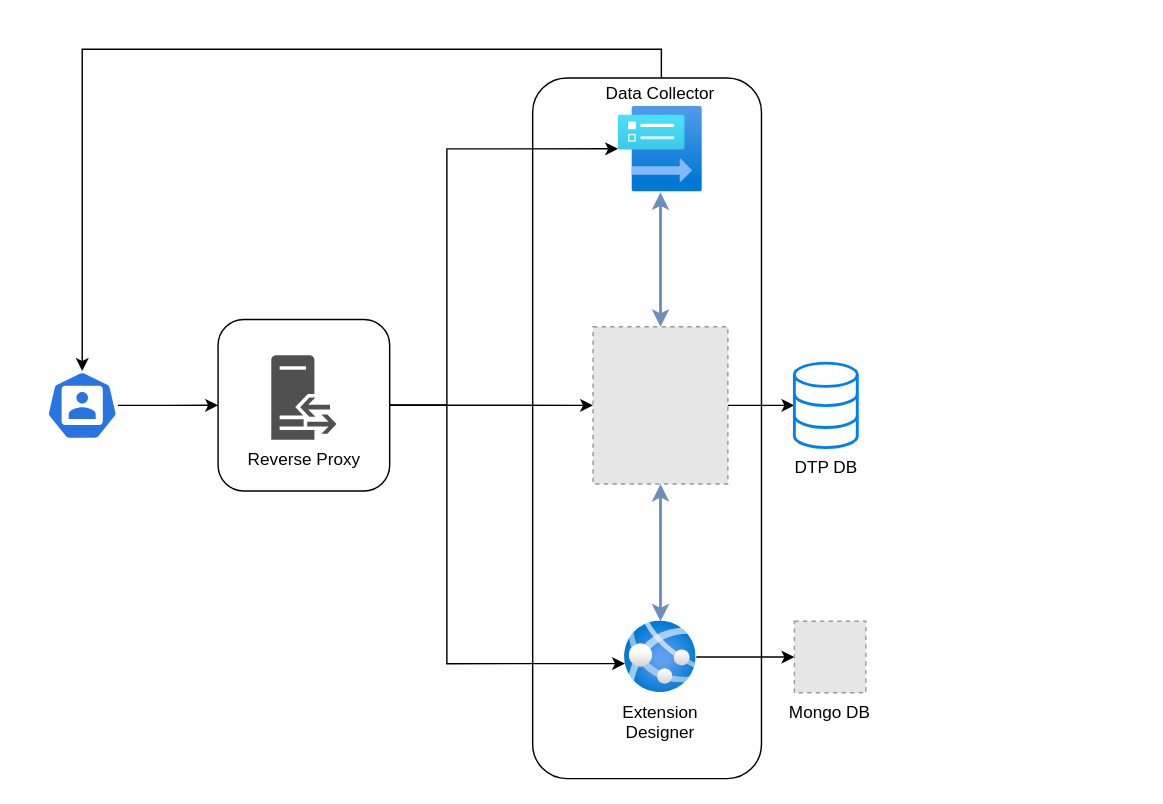
Earlier version of the draw.io diagram dtp-reverse-proxy.drawio (gtrofimov/draw-io-projects). Source tidied: cells renumbered, new cells numbered last; positions are measured from the earlier drawing's top-left corner, leaving out a move shared by most shapes. Both pictures are drawn from the tidied source at 143%, with x=0, y=0 at pixel (46, 49). Pictures stored in the file or linked from it are replaced by grey dashed boxes.
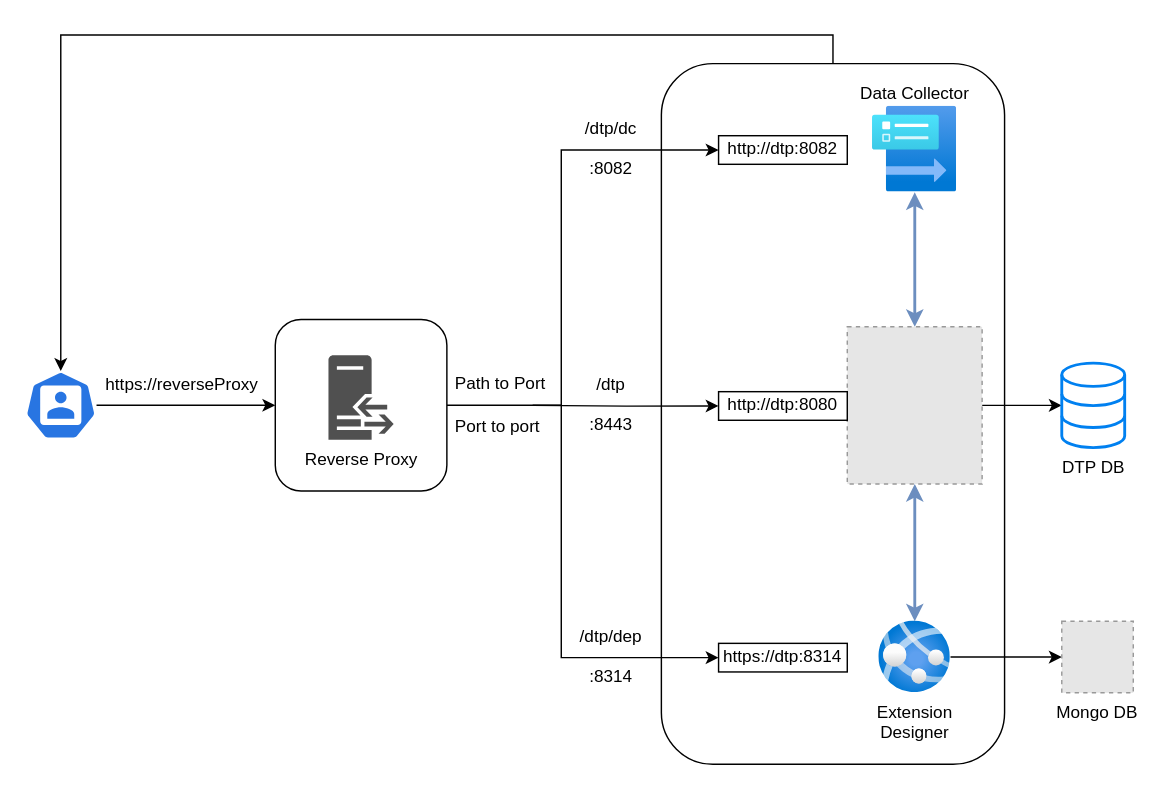
After the change.

What changed in the source:
```diff
@@
+    <mxCell id="5" style="rounded=1;whiteSpace=wrap;html=1;" parent="1" vertex="1">
+      <mxGeometry x="430" y="10" width="240" height="490" as="geometry" />
+    </mxCell>
+    <mxCell id="20" style="edgeStyle=orthogonalEdgeStyle;rounded=0;jettySize=auto;html=1;entryX=0;entryY=0.5;entryDx=0;entryDy=0;" parent="1" edge="1" target="26">
+      <mxGeometry relative="1" as="geometry">
+        <mxPoint x="340" y="249" as="sourcePoint" />
+        <Array as="points">
+          <mxPoint x="360" y="249" />
+          <mxPoint x="360" y="70" />
+        </Array>
+      </mxGeometry>
+    </mxCell>
+    <mxCell id="21" style="edgeStyle=orthogonalEdgeStyle;rounded=0;jettySize=auto;html=1;entryX=0;entryY=0.5;entryDx=0;entryDy=0;" parent="1" edge="1" target="25">
+      <mxGeometry relative="1" as="geometry">
+        <mxPoint x="340" y="249" as="sourcePoint" />
+      </mxGeometry>
+    </mxCell>
+    <mxCell id="22" style="edgeStyle=orthogonalEdgeStyle;rounded=0;jettySize=auto;html=1;entryX=0;entryY=0.5;entryDx=0;entryDy=0;" parent="1" edge="1" source="2" target="27">
+      <mxGeometry relative="1" as="geometry">
+        <Array as="points">
+          <mxPoint x="360" y="249" />
+          <mxPoint x="360" y="425" />
+        </Array>
+      </mxGeometry>
+    </mxCell>
     <mxCell id="2" style="rounded=1;whiteSpace=wrap;html=1;" parent="1" vertex="1">
-      <mxGeometry x="120" y="188.9" width="120" height="120" as="geometry" />
+      <mxGeometry x="160" y="188.9" width="120" height="120" as="geometry" />
     </mxCell>
@@
     <mxCell id="4" style="sketch=0;html=1;dashed=0;whitespace=wrap;verticalLabelPosition=bottom;verticalAlign=top;fillColor=#2875E2;strokeColor=#ffffff;points=[[0.005,0.63,0],[0.1,0.2,0],[0.9,0.2,0],[0.5,0,0],[0.995,0.63,0],[0.72,0.99,0],[0.5,1,0],[0.28,0.99,0]];shape=mxgraph.kubernetes.icon2;prIcon=user;" parent="1" vertex="1">
-      <mxGeometry y="225" width="50" height="48" as="geometry" />
+      <mxGeometry x="-15" y="224.9" width="50" height="48" as="geometry" />
     </mxCell>
-    <mxCell id="5" style="rounded=1;whiteSpace=wrap;html=1;" parent="1" vertex="1">
-      <mxGeometry x="340" y="20" width="160" height="490" as="geometry" />
-    </mxCell>
@@
     <mxCell id="9" style="fillColor=#E6E6E6;strokeColor=#999999;dashed=1;verticalLabelPosition=bottom;verticalAlign=top;" parent="1" vertex="1">
-      <mxGeometry x="382.2" y="194" width="94.3" height="110" as="geometry" />
+      <mxGeometry x="560" y="194" width="94.3" height="110" as="geometry" />
     </mxCell>
     <mxCell id="10" value="Reverse Proxy" style="sketch=0;shadow=0;dashed=0;html=1;strokeColor=none;fillColor=#505050;labelPosition=center;verticalLabelPosition=bottom;verticalAlign=top;align=center;shape=mxgraph.office.servers.reverse_proxy;" parent="1" vertex="1">
-      <mxGeometry x="157.2" y="214" width="45.6" height="59" as="geometry" />
+      <mxGeometry x="197.2" y="214" width="45.6" height="59" as="geometry" />
     </mxCell>
     <mxCell id="11" value="DTP DB" style="html=1;verticalLabelPosition=bottom;align=center;labelBackgroundColor=#ffffff;verticalAlign=top;strokeWidth=2;strokeColor=#0080F0;shadow=0;dashed=0;shape=mxgraph.ios7.icons.data;" parent="1" vertex="1">
-      <mxGeometry x="523" y="219.4" width="44" height="59.1" as="geometry" />
+      <mxGeometry x="710" y="219.4" width="44" height="59.1" as="geometry" />
     </mxCell>
@@
     <mxCell id="13" value="Extension&lt;div&gt;Designer&lt;/div&gt;" style="image;html=1;points=[];align=center;fontSize=12;image=img/lib/azure2/compute/App_Services.svg;" parent="1" vertex="1">
-      <mxGeometry x="404.4" y="400" width="50" height="50" as="geometry" />
+      <mxGeometry x="582.2" y="400" width="50" height="50" as="geometry" />
     </mxCell>
     <mxCell id="14" value="Data Collector" style="image;html=1;points=[];align=center;fontSize=12;image=img/lib/azure2/other/Data_Collection_Rules.svg;labelPosition=center;verticalLabelPosition=top;verticalAlign=bottom;" parent="1" vertex="1">
-      <mxGeometry x="400" y="40" width="58.8" height="60" as="geometry" />
+      <mxGeometry x="577.8" y="40" width="58.8" height="60" as="geometry" />
     </mxCell>
     <mxCell id="15" value="Mongo DB" style="fillColor=#E6E6E6;strokeColor=#999999;dashed=1;verticalLabelPosition=bottom;verticalAlign=top;" parent="1" vertex="1">
-      <mxGeometry x="523" y="400" width="50" height="50" as="geometry" />
+      <mxGeometry x="710" y="400" width="50" height="50" as="geometry" />
     </mxCell>
-    <mxCell id="16" style="edgeStyle=orthogonalEdgeStyle;rounded=0;jettySize=auto;html=1;entryX=-0.005;entryY=0.493;entryDx=0;entryDy=0;entryPerimeter=0;" parent="1" edge="1" source="2" target="14">
-      <mxGeometry relative="1" as="geometry">
-        <Array as="points">
-          <mxPoint x="280" y="249" />
-          <mxPoint x="280" y="70" />
-        </Array>
-      </mxGeometry>
-    </mxCell>
-    <mxCell id="17" style="edgeStyle=orthogonalEdgeStyle;rounded=0;jettySize=auto;html=1;entryX=0.003;entryY=0.591;entryDx=0;entryDy=0;entryPerimeter=0;" parent="1" edge="1" source="2" target="13">
-      <mxGeometry relative="1" as="geometry">
-        <Array as="points">
-          <mxPoint x="280" y="249" />
-          <mxPoint x="280" y="430" />
-        </Array>
-      </mxGeometry>
-    </mxCell>
-    <mxCell id="18" style="edgeStyle=orthogonalEdgeStyle;rounded=0;jettySize=auto;html=1;" parent="1" edge="1" source="2" target="9">
-      <mxGeometry relative="1" as="geometry" />
-    </mxCell>
-    <mxCell id="19" style="edgeStyle=orthogonalEdgeStyle;rounded=0;jettySize=auto;html=1;entryX=0.5;entryY=0;entryDx=0;entryDy=0;entryPerimeter=0;" parent="1" edge="1" source="5" target="4">
+    <mxCell id="19" style="edgeStyle=orthogonalEdgeStyle;rounded=0;jettySize=auto;html=1;entryX=0.5;entryY=0;entryDx=0;entryDy=0;entryPerimeter=0;" parent="1" edge="1" target="4">
       <mxGeometry relative="1" as="geometry">
+        <mxPoint x="550" y="10" as="sourcePoint" />
         <Array as="points">
-          <mxPoint x="430" />
-          <mxPoint x="25" />
+          <mxPoint x="550" y="-10" />
+          <mxPoint x="10" y="-10" />
         </Array>
       </mxGeometry>
     </mxCell>
+    <mxCell id="23" value="Path to Port" style="text;html=1;align=left;verticalAlign=middle;whiteSpace=wrap;rounded=0;" parent="1" vertex="1">
+      <mxGeometry x="284" y="223.5" width="70" height="20" as="geometry" />
+    </mxCell>
+    <mxCell id="24" value="Port to port" style="text;html=1;align=left;verticalAlign=middle;whiteSpace=wrap;rounded=0;" parent="1" vertex="1">
+      <mxGeometry x="284" y="248.5" width="70" height="30" as="geometry" />
+    </mxCell>
+    <mxCell id="25" value="http://dtp:8080" style="rounded=0;whiteSpace=wrap;html=1;" parent="1" vertex="1">
+      <mxGeometry x="470" y="239.4" width="90" height="20" as="geometry" />
+    </mxCell>
+    <mxCell id="26" value="http://dtp:8082" style="rounded=0;whiteSpace=wrap;html=1;" parent="1" vertex="1">
+      <mxGeometry x="470" y="60.4" width="90" height="20" as="geometry" />
+    </mxCell>
+    <mxCell id="27" value="https://dtp:8314" style="rounded=0;whiteSpace=wrap;html=1;" parent="1" vertex="1">
+      <mxGeometry x="470" y="415.4" width="90" height="20" as="geometry" />
+    </mxCell>
+    <mxCell id="28" value="/dtp" style="text;html=1;align=center;verticalAlign=middle;whiteSpace=wrap;rounded=0;" parent="1" vertex="1">
+      <mxGeometry x="365" y="225" width="60" height="20" as="geometry" />
+    </mxCell>
+    <mxCell id="29" value=":8443" style="text;html=1;align=center;verticalAlign=middle;whiteSpace=wrap;rounded=0;" parent="1" vertex="1">
+      <mxGeometry x="365" y="253" width="60" height="20" as="geometry" />
+    </mxCell>
+    <mxCell id="30" value="/dtp/dc" style="text;html=1;align=center;verticalAlign=middle;whiteSpace=wrap;rounded=0;" parent="1" vertex="1">
+      <mxGeometry x="365" y="46" width="60" height="20" as="geometry" />
+    </mxCell>
+    <mxCell id="31" value=":8082" style="text;html=1;align=center;verticalAlign=middle;whiteSpace=wrap;rounded=0;" parent="1" vertex="1">
+      <mxGeometry x="365" y="74" width="60" height="20" as="geometry" />
+    </mxCell>
+    <mxCell id="32" value="/dtp/dep" style="text;html=1;align=center;verticalAlign=middle;whiteSpace=wrap;rounded=0;" parent="1" vertex="1">
+      <mxGeometry x="365" y="401" width="60" height="20" as="geometry" />
+    </mxCell>
+    <mxCell id="33" value=":8314" style="text;html=1;align=center;verticalAlign=middle;whiteSpace=wrap;rounded=0;" parent="1" vertex="1">
+      <mxGeometry x="365" y="429" width="60" height="20" as="geometry" />
+    </mxCell>
+    <mxCell id="34" value="https://reverseProxy" style="text;html=1;align=center;verticalAlign=middle;whiteSpace=wrap;rounded=0;" parent="1" vertex="1">
+      <mxGeometry x="35" y="220" width="120" height="30" as="geometry" />
+    </mxCell>
```
